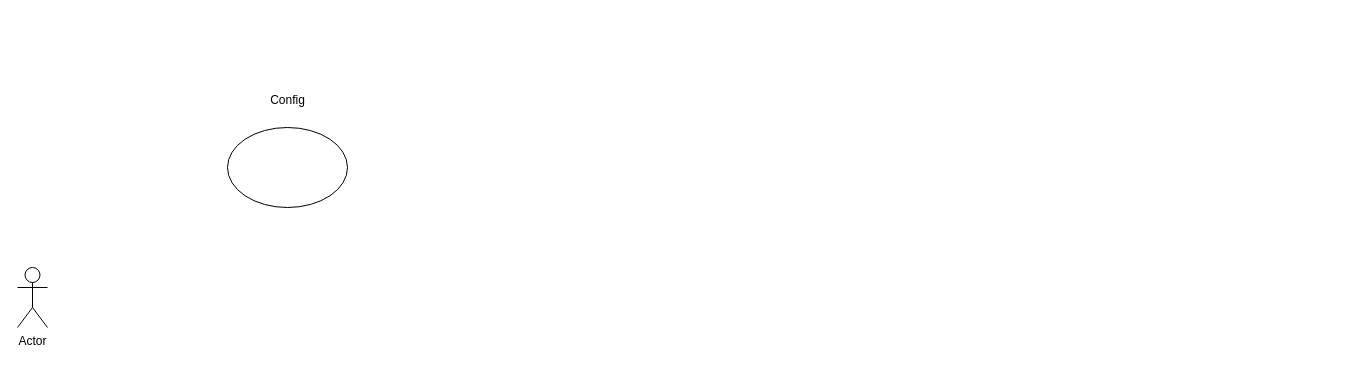
Floreno12/Project-Service-now keeps this draw.io diagram as ControlerLogic.drawio. Above is the earlier version. Source tidied: cells renumbered, new cells numbered last; positions are measured from the earlier drawing's top-left corner, leaving out a move shared by most shapes. Both pictures are drawn from the tidied source at 100%, with x=0, y=0 at pixel (17, 85).
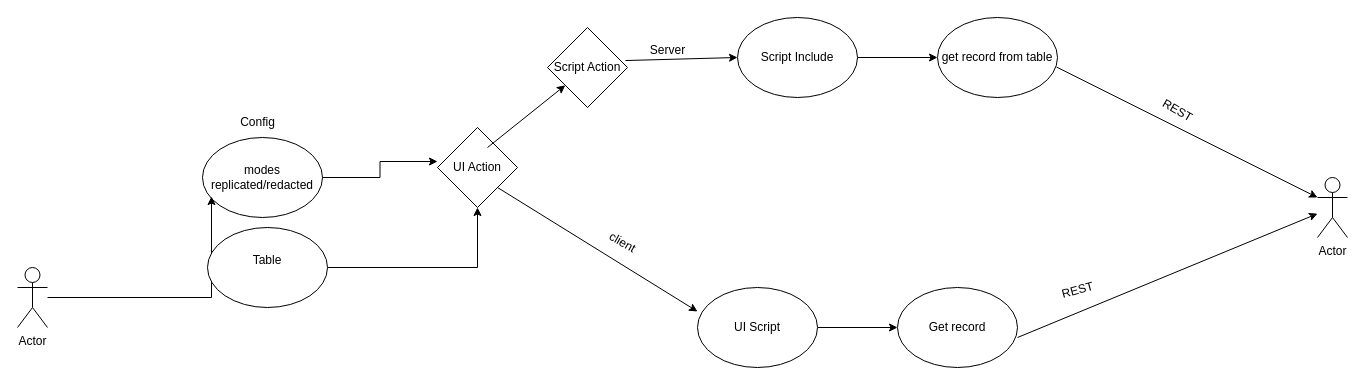
After the change.

The change refers to these unchanged cells:
```xml
<mxCell id="2" value="Actor" style="shape=umlActor;verticalLabelPosition=bottom;verticalAlign=top;html=1;outlineConnect=0;" parent="1" vertex="1">
  <mxGeometry y="182" width="30" height="60" as="geometry" />
</mxCell>
```

What changed in the source:
```diff
@@
-    <mxCell id="3" style="ellipse;whiteSpace=wrap;html=1;" parent="1" vertex="1">
-      <mxGeometry x="210" y="42" width="120" height="80" as="geometry" />
+    <mxCell id="3" value="modes replicated/redacted" style="ellipse;whiteSpace=wrap;html=1;" parent="1" vertex="1">
+      <mxGeometry x="185" y="52" width="120" height="80" as="geometry" />
     </mxCell>
     <mxCell id="4" value="Config" style="text;html=1;align=center;verticalAlign=middle;strokeColor=none;fillColor=none;" parent="1" vertex="1">
-      <mxGeometry x="240" width="60" height="30" as="geometry" />
+      <mxGeometry x="210" y="22" width="60" height="30" as="geometry" />
     </mxCell>
+    <mxCell id="5" style="edgeStyle=orthogonalEdgeStyle;rounded=0;jettySize=auto;html=1;entryX=0.075;entryY=0.738;entryDx=0;entryDy=0;entryPerimeter=0;" parent="1" edge="1" source="2" target="3">
+      <mxGeometry relative="1" as="geometry" />
+    </mxCell>
+    <mxCell id="6" style="edgeStyle=orthogonalEdgeStyle;rounded=0;jettySize=auto;html=1;" parent="1" edge="1" source="7" target="19">
+      <mxGeometry relative="1" as="geometry" />
+    </mxCell>
+    <mxCell id="7" value="UI Script" style="ellipse;whiteSpace=wrap;html=1;" parent="1" vertex="1">
+      <mxGeometry x="680" y="202" width="120" height="80" as="geometry" />
+    </mxCell>
+    <mxCell id="8" style="edgeStyle=orthogonalEdgeStyle;rounded=0;jettySize=auto;html=1;" parent="1" edge="1" source="9" target="18">
+      <mxGeometry relative="1" as="geometry" />
+    </mxCell>
+    <mxCell id="9" value="Script Include" style="ellipse;whiteSpace=wrap;html=1;" parent="1" vertex="1">
+      <mxGeometry x="720" y="-68" width="120" height="80" as="geometry" />
+    </mxCell>
+    <mxCell id="10" value="UI Action" style="rhombus;whiteSpace=wrap;html=1;" parent="1" vertex="1">
+      <mxGeometry x="420" y="42" width="80" height="80" as="geometry" />
+    </mxCell>
+    <mxCell id="11" style="edgeStyle=orthogonalEdgeStyle;rounded=0;jettySize=auto;html=1;entryX=0;entryY=0.425;entryDx=0;entryDy=0;entryPerimeter=0;" parent="1" edge="1" source="3" target="10">
+      <mxGeometry relative="1" as="geometry" />
+    </mxCell>
+    <mxCell id="12" value="Script Action" style="rhombus;whiteSpace=wrap;html=1;" parent="1" vertex="1">
+      <mxGeometry x="530" y="-58" width="80" height="80" as="geometry" />
+    </mxCell>
+    <mxCell id="13" style="endArrow=classic;html=1;rounded=0;" parent="1" edge="1" target="12">
+      <mxGeometry relative="1" as="geometry">
+        <mxPoint x="470" y="62" as="sourcePoint" />
+      </mxGeometry>
+    </mxCell>
+    <mxCell id="14" style="endArrow=classic;html=1;rounded=0;exitX=1;exitY=1;exitDx=0;exitDy=0;entryX=0;entryY=0.3;entryDx=0;entryDy=0;entryPerimeter=0;" parent="1" edge="1" source="10" target="7">
+      <mxGeometry relative="1" as="geometry" />
+    </mxCell>
+    <mxCell id="15" style="endArrow=classic;html=1;rounded=0;exitX=0.975;exitY=0.413;exitDx=0;exitDy=0;exitPerimeter=0;entryX=0;entryY=0.5;entryDx=0;entryDy=0;" parent="1" edge="1" source="12" target="9">
+      <mxGeometry relative="1" as="geometry" />
+    </mxCell>
+    <mxCell id="16" style="edgeStyle=orthogonalEdgeStyle;rounded=0;jettySize=auto;html=1;" parent="1" edge="1" source="17" target="10">
+      <mxGeometry relative="1" as="geometry" />
+    </mxCell>
+    <mxCell id="17" value="Table&lt;div&gt;&lt;br&gt;&lt;/div&gt;" style="ellipse;whiteSpace=wrap;html=1;" parent="1" vertex="1">
+      <mxGeometry x="190" y="142" width="120" height="80" as="geometry" />
+    </mxCell>
+    <mxCell id="18" value="get record from table" style="ellipse;whiteSpace=wrap;html=1;" parent="1" vertex="1">
+      <mxGeometry x="920" y="-68" width="120" height="80" as="geometry" />
+    </mxCell>
+    <mxCell id="19" value="Get record" style="ellipse;whiteSpace=wrap;html=1;" parent="1" vertex="1">
+      <mxGeometry x="880" y="202" width="120" height="80" as="geometry" />
+    </mxCell>
+    <mxCell id="20" value="Actor" style="shape=umlActor;verticalLabelPosition=bottom;verticalAlign=top;html=1;outlineConnect=0;" parent="1" vertex="1">
+      <mxGeometry x="1300" y="92" width="30" height="60" as="geometry" />
+    </mxCell>
+    <mxCell id="21" style="endArrow=classic;html=1;rounded=0;" parent="1" edge="1" target="20">
+      <mxGeometry relative="1" as="geometry">
+        <mxPoint x="1000" y="252" as="sourcePoint" />
+      </mxGeometry>
+    </mxCell>
+    <mxCell id="22" style="endArrow=classic;html=1;rounded=0;exitX=0.992;exitY=0.619;exitDx=0;exitDy=0;exitPerimeter=0;entryX=0;entryY=0.3333333333333333;entryDx=0;entryDy=0;entryPerimeter=0;" parent="1" edge="1" source="18" target="20">
+      <mxGeometry relative="1" as="geometry" />
+    </mxCell>
+    <mxCell id="23" value="REST" style="text;html=1;align=center;verticalAlign=middle;strokeColor=none;fillColor=none;rotation=-15;" parent="1" vertex="1">
+      <mxGeometry x="1030" y="190" width="60" height="30" as="geometry" />
+    </mxCell>
+    <mxCell id="24" value="REST" style="text;html=1;align=center;verticalAlign=middle;strokeColor=none;fillColor=none;rotation=30;" parent="1" vertex="1">
+      <mxGeometry x="1130" y="10" width="60" height="30" as="geometry" />
+    </mxCell>
+    <mxCell id="25" value="Server" style="text;html=1;align=center;verticalAlign=middle;strokeColor=none;fillColor=none;" parent="1" vertex="1">
+      <mxGeometry x="620" y="-50" width="60" height="30" as="geometry" />
+    </mxCell>
+    <mxCell id="26" value="client" style="text;html=1;align=center;verticalAlign=middle;strokeColor=none;fillColor=none;rotation=30;" parent="1" vertex="1">
+      <mxGeometry x="580" y="142" width="50" height="30" as="geometry" />
+    </mxCell>
```
